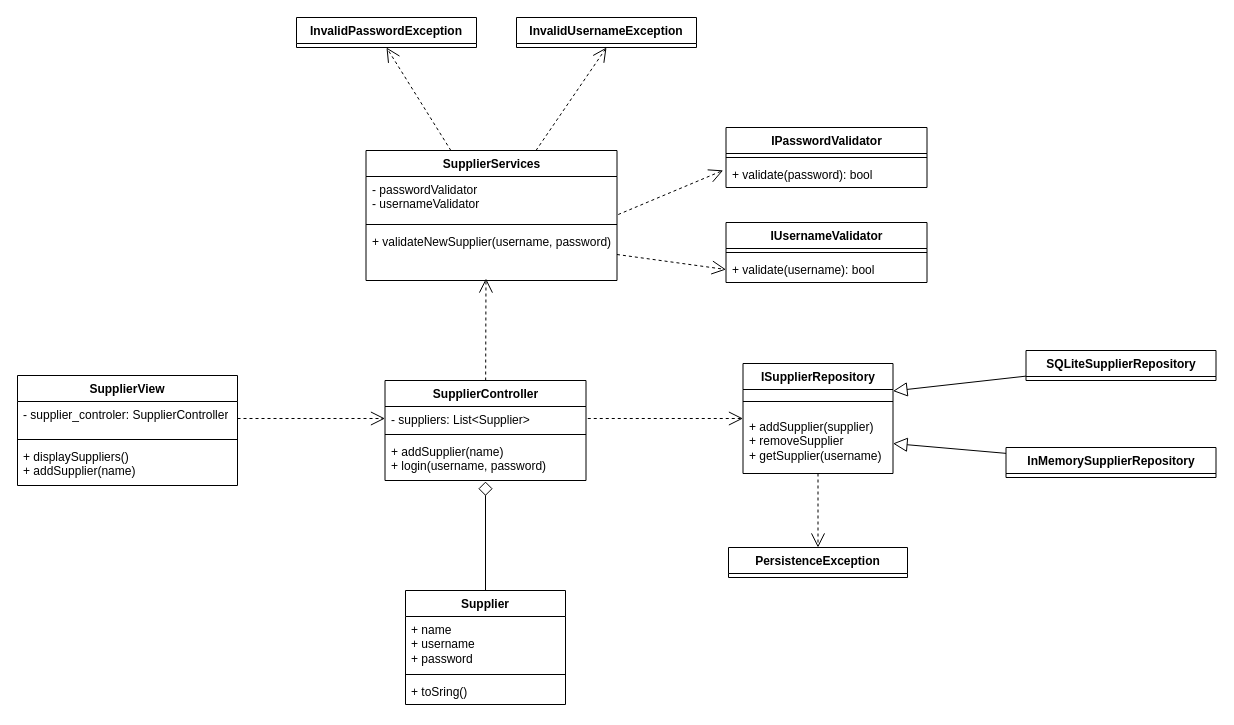
Above: page "Diagrama-de-clase" (2 of 2) of docs/casos-de-uso-cozinha.drawio in Weverton-Vitor/cozinha-core (draw.io), before the change. Source tidied: cells renumbered, new cells numbered last; positions are measured from the earlier drawing's top-left corner, leaving out a move shared by most shapes. Both pictures are drawn from the tidied source at 100%, with x=0, y=0 at pixel (17, 17).
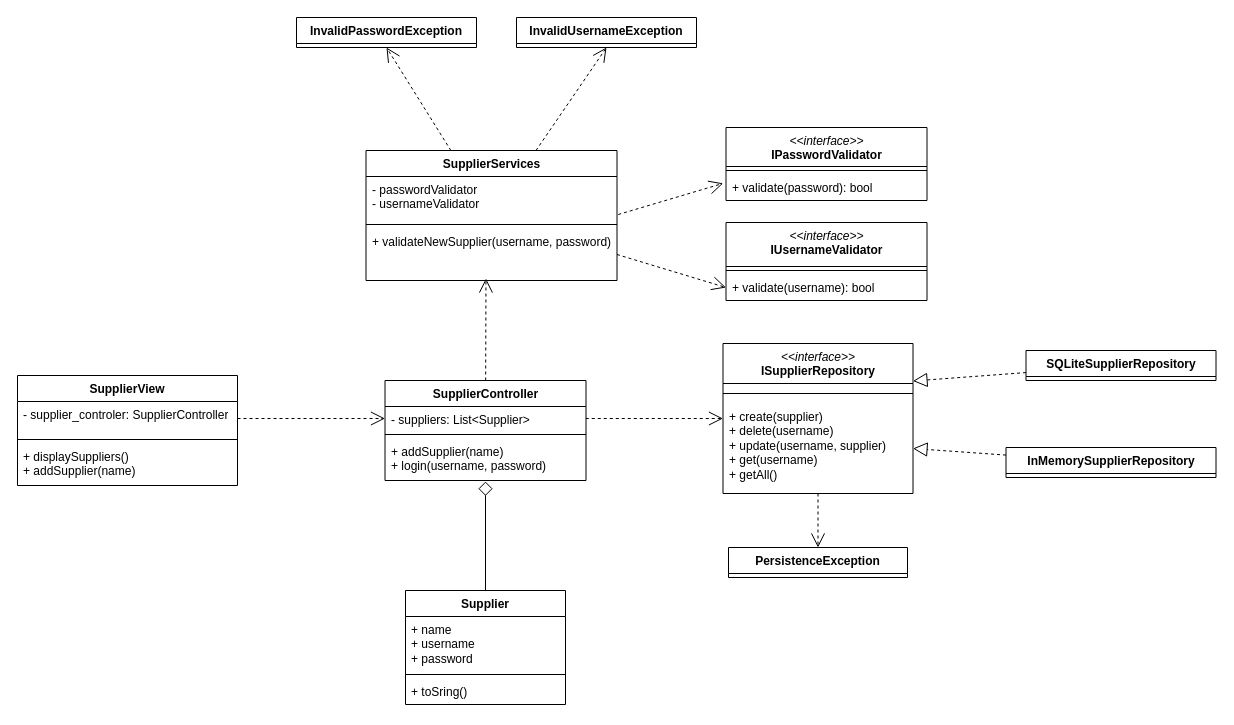
The same page after the edit.

Commit message:
docs(diagrama de classes): correção de diagramação e upload de nova versao

The change refers to these unchanged cells:
```xml
<mxCell id="18" value="&lt;b&gt;SQLiteSupplierRepository&lt;/b&gt;" style="swimlane;fontStyle=1;align=center;verticalAlign=top;horizontal=1;startSize=26;whiteSpace=wrap;html=1;" parent="1" vertex="1" collapsed="1">
  <mxGeometry x="1008.5" y="333" width="190" height="30" as="geometry" />
</mxCell>
<mxCell id="19" value="&lt;b&gt;InMemorySupplierRepository&lt;/b&gt;" style="swimlane;fontStyle=1;align=center;verticalAlign=top;horizontal=1;startSize=26;whiteSpace=wrap;html=1;" parent="1" vertex="1" collapsed="1">
  <mxGeometry x="988.5" y="430" width="210" height="30" as="geometry" />
</mxCell>
```

Change to the diagram source:
```diff
@@
-    <mxCell id="14" value="&lt;b&gt;ISupplierRepository&lt;/b&gt;" style="swimlane;fontStyle=1;align=center;verticalAlign=top;horizontal=1;startSize=26;whiteSpace=wrap;html=1;" parent="1" vertex="1">
-      <mxGeometry x="725.5" y="346" width="150" height="110" as="geometry" />
+    <mxCell id="14" value="&lt;div&gt;&lt;span style=&quot;font-weight: normal;&quot;&gt;&lt;i&gt;&amp;lt;&amp;lt;interface&amp;gt;&amp;gt;&lt;/i&gt;&lt;/span&gt;&lt;/div&gt;&lt;b&gt;ISupplierRepository&lt;/b&gt;" style="swimlane;fontStyle=1;align=center;verticalAlign=top;horizontal=1;startSize=40;whiteSpace=wrap;html=1;" parent="1" vertex="1">
+      <mxGeometry x="705.5" y="326" width="190" height="150" as="geometry" />
     </mxCell>
     <mxCell id="15" style="line;strokeWidth=1;fillColor=none;align=left;verticalAlign=middle;spacingTop=-1;spacingLeft=3;spacingRight=3;labelPosition=right;strokeColor=inherit;" parent="14" vertex="1">
-      <mxGeometry y="26" width="150" height="24" as="geometry" />
+      <mxGeometry y="40" width="190" height="20" as="geometry" />
     </mxCell>
-    <mxCell id="16" value="+ addSupplier(supplier)&lt;div&gt;+ removeSupplier&lt;/div&gt;&lt;div&gt;+ getSupplier(username)&lt;/div&gt;" style="text;strokeColor=none;fillColor=none;align=left;verticalAlign=top;spacingLeft=4;spacingRight=4;overflow=hidden;points=[[0,0.5],[1,0.5]];portConstraint=eastwest;whiteSpace=wrap;html=1;" parent="14" vertex="1">
-      <mxGeometry y="50" width="150" height="60" as="geometry" />
+    <mxCell id="16" value="+ create(supplier)&lt;div&gt;+ delete(username)&lt;/div&gt;&lt;div&gt;+ update(username, supplier)&lt;/div&gt;&lt;div&gt;+ get(username)&lt;/div&gt;&lt;div&gt;+ getAll()&lt;/div&gt;" style="text;strokeColor=none;fillColor=none;align=left;verticalAlign=top;spacingLeft=4;spacingRight=4;overflow=hidden;points=[[0,0.5],[1,0.5]];portConstraint=eastwest;whiteSpace=wrap;html=1;" parent="14" vertex="1">
+      <mxGeometry y="60" width="190" height="90" as="geometry" />
     </mxCell>
-    <mxCell id="17" style="rounded=0;jettySize=auto;html=1;entryX=1;entryY=0.25;entryDx=0;entryDy=0;endSize=12;endArrow=block;endFill=0;" parent="1" edge="1" source="18" target="14">
+    <mxCell id="17" style="rounded=0;jettySize=auto;html=1;entryX=1;entryY=0.25;entryDx=0;entryDy=0;endSize=12;endArrow=block;endFill=0;dashed=1;" parent="1" edge="1" source="18" target="14">
       <mxGeometry relative="1" as="geometry" />
     </mxCell>
@@
-    <mxCell id="20" style="rounded=0;jettySize=auto;html=1;entryX=1;entryY=0.5;entryDx=0;entryDy=0;endSize=12;endArrow=block;endFill=0;" parent="1" edge="1" source="19" target="16">
+    <mxCell id="20" style="rounded=0;jettySize=auto;html=1;entryX=1;entryY=0.5;entryDx=0;entryDy=0;endSize=12;endArrow=block;endFill=0;dashed=1;" parent="1" edge="1" source="19" target="16">
       <mxGeometry relative="1" as="geometry" />
     </mxCell>
@@
-    <mxCell id="22" value="IPasswordValidator" style="swimlane;fontStyle=1;align=center;verticalAlign=top;horizontal=1;startSize=26;whiteSpace=wrap;html=1;" parent="1" vertex="1">
-      <mxGeometry x="708.5" y="110" width="201" height="60" as="geometry" />
+    <mxCell id="22" value="&lt;i style=&quot;font-weight: normal;&quot;&gt;&amp;lt;&amp;lt;interface&amp;gt;&amp;gt;&lt;/i&gt;&lt;br&gt;IPasswordValidator" style="swimlane;fontStyle=1;align=center;verticalAlign=top;horizontal=1;startSize=39;whiteSpace=wrap;html=1;" parent="1" vertex="1">
+      <mxGeometry x="708.5" y="110" width="201" height="73" as="geometry" />
     </mxCell>
     <mxCell id="23" style="line;strokeWidth=1;fillColor=none;align=left;verticalAlign=middle;spacingTop=-1;spacingLeft=3;spacingRight=3;labelPosition=right;strokeColor=inherit;" parent="22" vertex="1">
-      <mxGeometry y="26" width="201" height="8" as="geometry" />
+      <mxGeometry y="39" width="201" height="8" as="geometry" />
     </mxCell>
     <mxCell id="24" value="+ validate(password): bool" style="text;strokeColor=none;fillColor=none;align=left;verticalAlign=top;spacingLeft=4;spacingRight=4;overflow=hidden;points=[[0,0.5],[1,0.5]];portConstraint=eastwest;whiteSpace=wrap;html=1;" parent="22" vertex="1">
-      <mxGeometry y="34" width="201" height="26" as="geometry" />
+      <mxGeometry y="47" width="201" height="26" as="geometry" />
     </mxCell>
-    <mxCell id="25" value="IUsernameValidator" style="swimlane;fontStyle=1;align=center;verticalAlign=top;horizontal=1;startSize=26;whiteSpace=wrap;html=1;" parent="1" vertex="1">
-      <mxGeometry x="708.5" y="205" width="201" height="60" as="geometry" />
+    <mxCell id="25" value="&lt;span style=&quot;font-weight: normal;&quot;&gt;&lt;i&gt;&amp;lt;&amp;lt;interface&amp;gt;&amp;gt;&lt;/i&gt;&lt;/span&gt;&lt;br&gt;IUsernameValidator" style="swimlane;fontStyle=1;align=center;verticalAlign=top;horizontal=1;startSize=44;whiteSpace=wrap;html=1;" parent="1" vertex="1">
+      <mxGeometry x="708.5" y="205" width="201" height="78" as="geometry" />
     </mxCell>
     <mxCell id="26" style="line;strokeWidth=1;fillColor=none;align=left;verticalAlign=middle;spacingTop=-1;spacingLeft=3;spacingRight=3;labelPosition=right;strokeColor=inherit;" parent="25" vertex="1">
-      <mxGeometry y="26" width="201" height="8" as="geometry" />
+      <mxGeometry y="44" width="201" height="8" as="geometry" />
     </mxCell>
     <mxCell id="27" value="+ validate(username): bool" style="text;strokeColor=none;fillColor=none;align=left;verticalAlign=top;spacingLeft=4;spacingRight=4;overflow=hidden;points=[[0,0.5],[1,0.5]];portConstraint=eastwest;whiteSpace=wrap;html=1;" parent="25" vertex="1">
-      <mxGeometry y="34" width="201" height="26" as="geometry" />
+      <mxGeometry y="52" width="201" height="26" as="geometry" />
     </mxCell>
```
